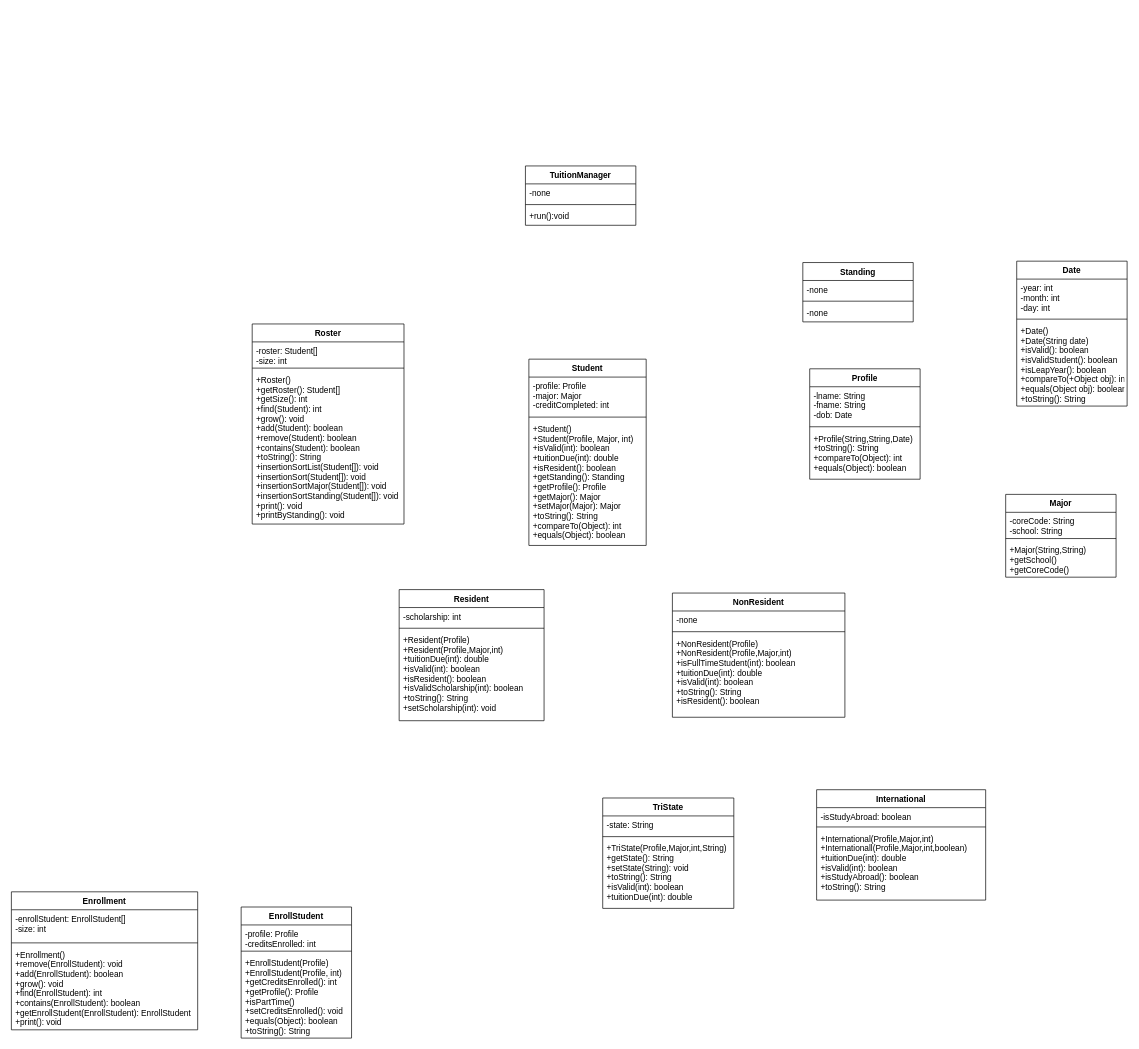
Before: Project2.drawio in nafriyie/basic-calculator, a draw.io diagram. Source tidied: cells renumbered, new cells numbered last; positions are measured from the earlier drawing's top-left corner, leaving out a move shared by most shapes. Both pictures are drawn from the tidied source at 69%, with x=0, y=0 at pixel (11, 166).
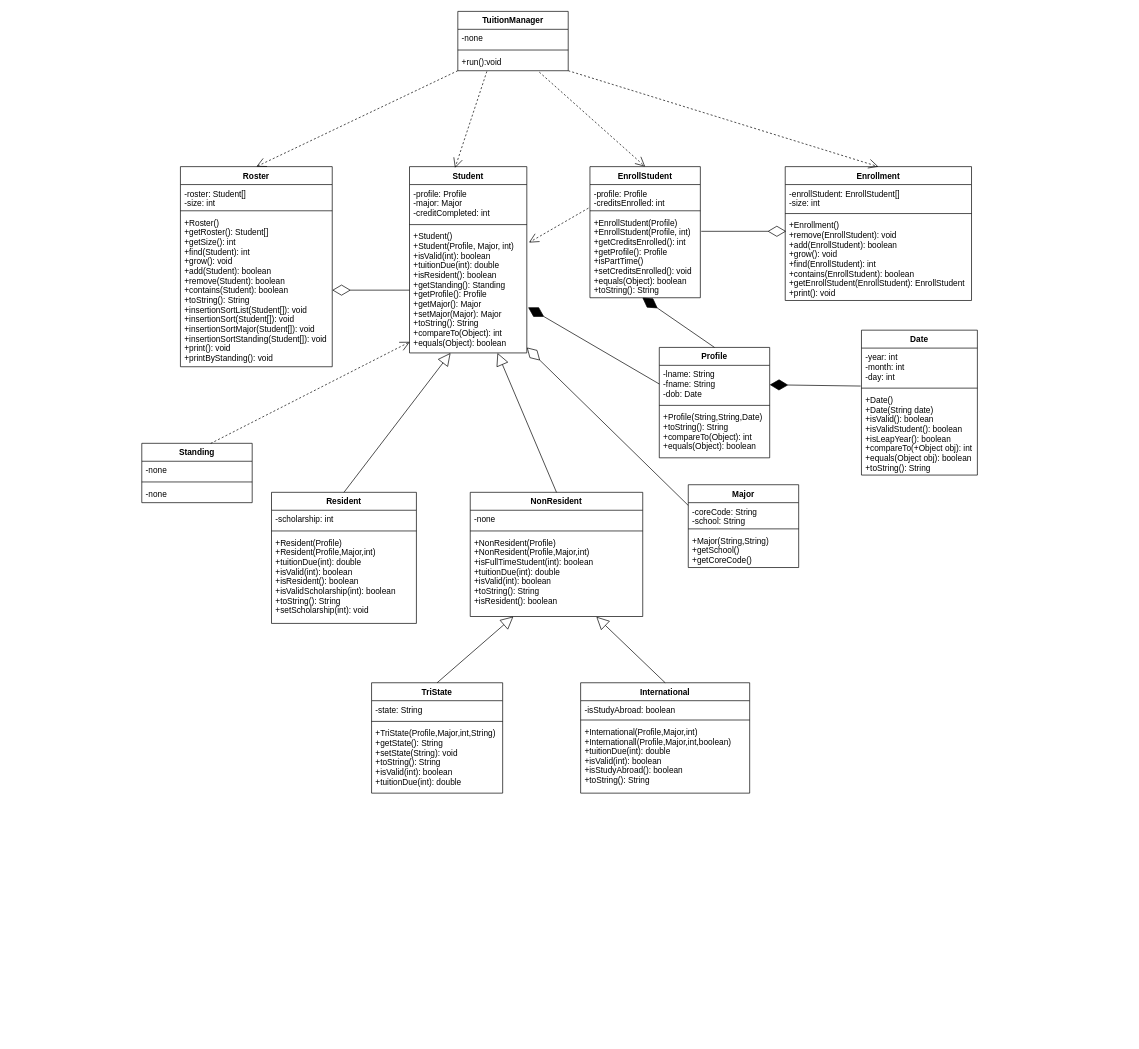
The same page after the edit.

Unchanged cells that the change refers to:
```xml
<mxCell id="13" value="+NonResident(Profile)&#10;+NonResident(Profile,Major,int)&#10;+isFullTimeStudent(int): boolean&#10;+tuitionDue(int): double&#10;+isValid(int): boolean&#10;+toString(): String&#10;+isResident(): boolean&#10;&#10;" style="text;strokeColor=none;fillColor=none;align=left;verticalAlign=top;spacingLeft=4;spacingRight=4;overflow=hidden;points=[[0,0.5],[1,0.5]];portConstraint=eastwest;" parent="10" vertex="1">
  <mxGeometry y="60" width="250" height="120" as="geometry" />
</mxCell>
<mxCell id="15" value="-lname: String&#10;-fname: String&#10;-dob: Date&#10;" style="text;strokeColor=none;fillColor=none;align=left;verticalAlign=top;spacingLeft=4;spacingRight=4;overflow=hidden;points=[[0,0.5],[1,0.5]];portConstraint=eastwest;" parent="14" vertex="1">
  <mxGeometry y="26" width="160" height="54" as="geometry" />
</mxCell>
<mxCell id="25" value="+Roster()&#10;+getRoster(): Student[]&#10;+getSize(): int&#10;+find(Student): int&#10;+grow(): void&#10;+add(Student): boolean&#10;+remove(Student): boolean&#10;+contains(Student): boolean&#10;+toString(): String&#10;+insertionSortList(Student[]): void&#10;+insertionSort(Student[]): void&#10;+insertionSortMajor(Student[]): void&#10;+insertionSortStanding(Student[]): void&#10;+print(): void&#10;+printByStanding(): void&#10;&#10;&#10;&#10;" style="text;strokeColor=none;fillColor=none;align=left;verticalAlign=top;spacingLeft=4;spacingRight=4;overflow=hidden;points=[[0,0.5],[1,0.5]];portConstraint=eastwest;" parent="22" vertex="1">
  <mxGeometry y="68" width="220" height="222" as="geometry" />
</mxCell>
<mxCell id="37" value="+run():void" style="text;strokeColor=none;fillColor=none;align=left;verticalAlign=top;spacingLeft=4;spacingRight=4;overflow=hidden;points=[[0,0.5],[1,0.5]];portConstraint=eastwest;" parent="34" vertex="1">
  <mxGeometry y="60" width="160" height="26" as="geometry" />
</mxCell>
<mxCell id="41" value="+Student()&#10;+Student(Profile, Major, int)&#10;+isValid(int): boolean&#10;+tuitionDue(int): double&#10;+isResident(): boolean&#10;+getStanding(): Standing&#10;+getProfile(): Profile&#10;+getMajor(): Major&#10;+setMajor(Major): Major&#10;+toString(): String&#10;+compareTo(Object): int&#10;+equals(Object): boolean&#10;" style="text;strokeColor=none;fillColor=none;align=left;verticalAlign=top;spacingLeft=4;spacingRight=4;overflow=hidden;points=[[0,0.5],[1,0.5]];portConstraint=eastwest;" parent="38" vertex="1">
  <mxGeometry y="88" width="170" height="182" as="geometry" />
</mxCell>
<mxCell id="51" value="-profile: Profile&#10;-creditsEnrolled: int&#10;" style="text;strokeColor=none;fillColor=none;align=left;verticalAlign=top;spacingLeft=4;spacingRight=4;overflow=hidden;points=[[0,0.5],[1,0.5]];portConstraint=eastwest;" parent="50" vertex="1">
  <mxGeometry y="26" width="160" height="34" as="geometry" />
</mxCell>
<mxCell id="53" value="+EnrollStudent(Profile)&#10;+EnrollStudent(Profile, int)&#10;+getCreditsEnrolled(): int&#10;+getProfile(): Profile&#10;+isPartTime()&#10;+setCreditsEnrolled(): void&#10;+equals(Object): boolean&#10;+toString(): String&#10;" style="text;strokeColor=none;fillColor=none;align=left;verticalAlign=top;spacingLeft=4;spacingRight=4;overflow=hidden;points=[[0,0.5],[1,0.5]];portConstraint=eastwest;" parent="50" vertex="1">
  <mxGeometry y="68" width="160" height="122" as="geometry" />
</mxCell>
```

The edit, as a diff of the source:
```diff
@@
     <mxCell id="2" value="International" style="swimlane;fontStyle=1;align=center;verticalAlign=top;horizontal=1;startSize=26;" parent="1" vertex="1">
-      <mxGeometry x="1167" y="904" width="245" height="160" as="geometry" />
+      <mxGeometry x="825" y="749" width="245" height="160" as="geometry" />
     </mxCell>
@@
     <mxCell id="6" value="Major" style="swimlane;fontStyle=1;align=center;verticalAlign=top;horizontal=1;startSize=26;" parent="1" vertex="1">
-      <mxGeometry x="1441" y="476" width="160" height="120" as="geometry" />
+      <mxGeometry x="981" y="462" width="160" height="120" as="geometry" />
     </mxCell>
@@
     <mxCell id="10" value="NonResident" style="swimlane;fontStyle=1;align=center;verticalAlign=top;horizontal=1;startSize=26;" parent="1" vertex="1">
-      <mxGeometry x="958" y="619" width="250" height="180" as="geometry" />
+      <mxGeometry x="665" y="473" width="250" height="180" as="geometry" />
     </mxCell>
@@
     <mxCell id="14" value="Profile" style="swimlane;fontStyle=1;align=center;verticalAlign=top;horizontal=1;startSize=26;" parent="1" vertex="1">
-      <mxGeometry x="1157" y="294" width="160" height="160" as="geometry" />
+      <mxGeometry x="939" y="263" width="160" height="160" as="geometry" />
     </mxCell>
@@
     <mxCell id="18" value="Resident" style="swimlane;fontStyle=1;align=center;verticalAlign=top;horizontal=1;startSize=26;" parent="1" vertex="1">
-      <mxGeometry x="562" y="614" width="210" height="190" as="geometry" />
+      <mxGeometry x="377" y="473" width="210" height="190" as="geometry" />
     </mxCell>
@@
     <mxCell id="22" value="Roster" style="swimlane;fontStyle=1;align=center;verticalAlign=top;horizontal=1;startSize=26;" parent="1" vertex="1">
-      <mxGeometry x="349" y="229" width="220" height="290" as="geometry" />
+      <mxGeometry x="245" y="1" width="220" height="290" as="geometry" />
     </mxCell>
@@
     <mxCell id="26" value="Standing" style="swimlane;fontStyle=1;align=center;verticalAlign=top;horizontal=1;startSize=26;" parent="1" vertex="1">
-      <mxGeometry x="1147" y="140" width="160" height="86" as="geometry" />
+      <mxGeometry x="189" y="402" width="160" height="86" as="geometry" />
     </mxCell>
@@
     <mxCell id="30" value="TriState" style="swimlane;fontStyle=1;align=center;verticalAlign=top;horizontal=1;startSize=26;" parent="1" vertex="1">
-      <mxGeometry x="857" y="916" width="190" height="160" as="geometry" />
+      <mxGeometry x="522" y="749" width="190" height="160" as="geometry" />
     </mxCell>
@@
     <mxCell id="34" value="TuitionManager" style="swimlane;fontStyle=1;align=center;verticalAlign=top;horizontal=1;startSize=26;" parent="1" vertex="1">
-      <mxGeometry x="745" width="160" height="86" as="geometry" />
+      <mxGeometry x="647" y="-224" width="160" height="86" as="geometry" />
     </mxCell>
@@
     <mxCell id="38" value="Student" style="swimlane;fontStyle=1;align=center;verticalAlign=top;horizontal=1;startSize=26;" parent="1" vertex="1">
-      <mxGeometry x="750" y="280" width="170" height="270" as="geometry" />
+      <mxGeometry x="577" y="1" width="170" height="270" as="geometry" />
     </mxCell>
@@
     <mxCell id="42" value="Date" style="swimlane;fontStyle=1;align=center;verticalAlign=top;horizontal=1;startSize=26;" parent="1" vertex="1">
-      <mxGeometry x="1457" y="138" width="160" height="210" as="geometry" />
+      <mxGeometry x="1232" y="238" width="168" height="210" as="geometry" />
     </mxCell>
     <mxCell id="43" value="-year: int&#10;-month: int&#10;-day: int&#10;" style="text;strokeColor=none;fillColor=none;align=left;verticalAlign=top;spacingLeft=4;spacingRight=4;overflow=hidden;" parent="42" vertex="1">
-      <mxGeometry y="26" width="160" height="54" as="geometry" />
+      <mxGeometry y="26" width="168" height="54" as="geometry" />
     </mxCell>
     <mxCell id="44" style="line;strokeWidth=1;fillColor=none;align=left;verticalAlign=middle;spacingTop=-1;spacingLeft=3;spacingRight=3;labelPosition=right;points=[];portConstraint=eastwest;strokeColor=inherit;" parent="42" vertex="1">
-      <mxGeometry y="80" width="160" height="8" as="geometry" />
+      <mxGeometry y="80" width="168" height="8" as="geometry" />
     </mxCell>
     <mxCell id="45" value="+Date()&#10;+Date(String date)&#10;+isValid(): boolean&#10;+isValidStudent(): boolean&#10;+isLeapYear(): boolean&#10;+compareTo(+Object obj): int&#10;+equals(Object obj): boolean&#10;+toString(): String&#10;" style="text;strokeColor=none;fillColor=none;align=left;verticalAlign=top;spacingLeft=4;spacingRight=4;overflow=hidden;" parent="42" vertex="1">
-      <mxGeometry y="88" width="160" height="122" as="geometry" />
+      <mxGeometry y="88" width="168" height="122" as="geometry" />
     </mxCell>
     <mxCell id="46" value="Enrollment" style="swimlane;fontStyle=1;align=center;verticalAlign=top;horizontal=1;startSize=26;" parent="1" vertex="1">
-      <mxGeometry y="1052" width="270" height="200" as="geometry" />
+      <mxGeometry x="1121.5" y="1" width="270" height="194" as="geometry" />
     </mxCell>
     <mxCell id="47" value="-enrollStudent: EnrollStudent[]&#10;-size: int&#10;" style="text;strokeColor=none;fillColor=none;align=left;verticalAlign=top;spacingLeft=4;spacingRight=4;overflow=hidden;" parent="46" vertex="1">
-      <mxGeometry y="26" width="270" height="44" as="geometry" />
+      <mxGeometry y="26" width="270" height="38" as="geometry" />
     </mxCell>
     <mxCell id="48" style="line;strokeWidth=1;fillColor=none;align=left;verticalAlign=middle;spacingTop=-1;spacingLeft=3;spacingRight=3;labelPosition=right;strokeColor=inherit;" parent="46" vertex="1">
-      <mxGeometry y="70" width="270" height="8" as="geometry" />
+      <mxGeometry y="64" width="270" height="8" as="geometry" />
     </mxCell>
     <mxCell id="49" value="+Enrollment()&#10;+remove(EnrollStudent): void&#10;+add(EnrollStudent): boolean&#10;+grow(): void&#10;+find(EnrollStudent): int&#10;+contains(EnrollStudent): boolean&#10;+getEnrollStudent(EnrollStudent): EnrollStudent&#10;+print(): void&#10;&#10;&#10;&#10;" style="text;strokeColor=none;fillColor=none;align=left;verticalAlign=top;spacingLeft=4;spacingRight=4;overflow=hidden;points=[[0,0.5],[1,0.5]];portConstraint=eastwest;" parent="46" vertex="1">
-      <mxGeometry y="78" width="270" height="122" as="geometry" />
+      <mxGeometry y="72" width="270" height="122" as="geometry" />
     </mxCell>
     <mxCell id="50" value="EnrollStudent" style="swimlane;fontStyle=1;align=center;verticalAlign=top;horizontal=1;startSize=26;" parent="1" vertex="1">
-      <mxGeometry x="333" y="1074" width="160" height="190" as="geometry" />
+      <mxGeometry x="838.5" y="1" width="160" height="190" as="geometry" />
     </mxCell>
@@
+    <mxCell id="54" style="endArrow=block;endSize=16;endFill=0;html=1;rounded=0;exitX=0.5;exitY=0;exitDx=0;exitDy=0;entryX=0.75;entryY=1;entryDx=0;entryDy=0;" parent="1" edge="1" source="10" target="38">
+      <mxGeometry relative="1" as="geometry" />
+    </mxCell>
+    <mxCell id="55" style="endArrow=block;endSize=16;endFill=0;html=1;rounded=0;entryX=0.35;entryY=1;entryDx=0;entryDy=0;entryPerimeter=0;exitX=0.5;exitY=0;exitDx=0;exitDy=0;" parent="1" edge="1" source="18" target="41">
+      <mxGeometry relative="1" as="geometry" />
+    </mxCell>
+    <mxCell id="56" style="endArrow=block;endSize=16;endFill=0;html=1;rounded=0;entryX=0.25;entryY=1;entryDx=0;entryDy=0;exitX=0.5;exitY=0;exitDx=0;exitDy=0;" parent="1" edge="1" source="30" target="10">
+      <mxGeometry relative="1" as="geometry" />
+    </mxCell>
+    <mxCell id="57" style="endArrow=block;endSize=16;endFill=0;html=1;rounded=0;exitX=0.5;exitY=0;exitDx=0;exitDy=0;entryX=0.731;entryY=1.003;entryDx=0;entryDy=0;entryPerimeter=0;" parent="1" edge="1" source="2" target="13">
+      <mxGeometry relative="1" as="geometry" />
+    </mxCell>
+    <mxCell id="58" style="endArrow=diamondThin;endFill=0;endSize=24;html=1;rounded=0;entryX=1;entryY=0.5;entryDx=0;entryDy=0;exitX=0;exitY=0.5;exitDx=0;exitDy=0;" parent="1" edge="1" source="41" target="25">
+      <mxGeometry relative="1" as="geometry" />
+    </mxCell>
+    <mxCell id="59" style="endArrow=diamondThin;endFill=1;endSize=24;html=1;rounded=0;entryX=1.011;entryY=0.637;entryDx=0;entryDy=0;entryPerimeter=0;exitX=0;exitY=0.5;exitDx=0;exitDy=0;" parent="1" edge="1" source="15" target="41">
+      <mxGeometry relative="1" as="geometry" />
+    </mxCell>
+    <mxCell id="60" style="endArrow=diamondThin;endFill=0;endSize=24;html=1;rounded=0;exitX=0;exitY=0.25;exitDx=0;exitDy=0;" parent="1" edge="1" source="6" target="41">
+      <mxGeometry relative="1" as="geometry" />
+    </mxCell>
+    <mxCell id="61" style="endArrow=diamondThin;endFill=1;endSize=24;html=1;rounded=0;exitX=-0.007;exitY=0.125;exitDx=0;exitDy=0;exitPerimeter=0;" parent="1" edge="1" source="44" target="15">
+      <mxGeometry relative="1" as="geometry" />
+    </mxCell>
+    <mxCell id="62" style="endArrow=open;endSize=12;dashed=1;html=1;rounded=0;exitX=-0.014;exitY=1.005;exitDx=0;exitDy=0;exitPerimeter=0;entryX=1.018;entryY=0.121;entryDx=0;entryDy=0;entryPerimeter=0;" parent="1" edge="1" source="51" target="41">
+      <mxGeometry x="-0.02" y="3" relative="1" as="geometry" />
+    </mxCell>
+    <mxCell id="63" style="endArrow=diamondThin;endFill=0;endSize=24;html=1;rounded=0;exitX=1.008;exitY=0.211;exitDx=0;exitDy=0;exitPerimeter=0;entryX=0.005;entryY=0.178;entryDx=0;entryDy=0;entryPerimeter=0;" parent="1" edge="1" source="53" target="49">
+      <mxGeometry relative="1" as="geometry" />
+    </mxCell>
+    <mxCell id="64" style="endArrow=diamondThin;endFill=1;endSize=24;html=1;rounded=0;exitX=0.5;exitY=0;exitDx=0;exitDy=0;entryX=0.475;entryY=1;entryDx=0;entryDy=0;entryPerimeter=0;" parent="1" edge="1" source="14" target="53">
+      <mxGeometry relative="1" as="geometry" />
+    </mxCell>
+    <mxCell id="65" style="endArrow=open;endSize=12;dashed=1;html=1;rounded=0;entryX=0.5;entryY=0;entryDx=0;entryDy=0;exitX=0;exitY=1;exitDx=0;exitDy=0;" parent="1" edge="1" source="34" target="22">
+      <mxGeometry relative="1" as="geometry" />
+    </mxCell>
+    <mxCell id="66" style="endArrow=open;endSize=12;dashed=1;html=1;rounded=0;entryX=0.5;entryY=0;entryDx=0;entryDy=0;" parent="1" edge="1" target="46">
+      <mxGeometry x="-0.54" y="-19" relative="1" as="geometry">
+        <mxPoint x="807" y="-138" as="sourcePoint" />
+      </mxGeometry>
+    </mxCell>
+    <mxCell id="67" style="endArrow=open;endSize=12;dashed=1;html=1;rounded=0;exitX=0.263;exitY=1.038;exitDx=0;exitDy=0;exitPerimeter=0;entryX=0.388;entryY=0.007;entryDx=0;entryDy=0;entryPerimeter=0;" parent="1" edge="1" source="37" target="38">
+      <mxGeometry relative="1" as="geometry" />
+    </mxCell>
+    <mxCell id="68" style="endArrow=open;endSize=12;dashed=1;html=1;rounded=0;exitX=0.738;exitY=1.077;exitDx=0;exitDy=0;exitPerimeter=0;entryX=0.5;entryY=0;entryDx=0;entryDy=0;" parent="1" edge="1" source="37" target="50">
+      <mxGeometry x="-0.54" y="-19" relative="1" as="geometry" />
+    </mxCell>
+    <mxCell id="69" style="endArrow=open;endSize=12;dashed=1;html=1;rounded=0;exitX=0.624;exitY=0.002;exitDx=0;exitDy=0;exitPerimeter=0;entryX=0.003;entryY=0.912;entryDx=0;entryDy=0;entryPerimeter=0;" parent="1" edge="1" source="26" target="41">
+      <mxGeometry relative="1" as="geometry" />
+    </mxCell>
```
